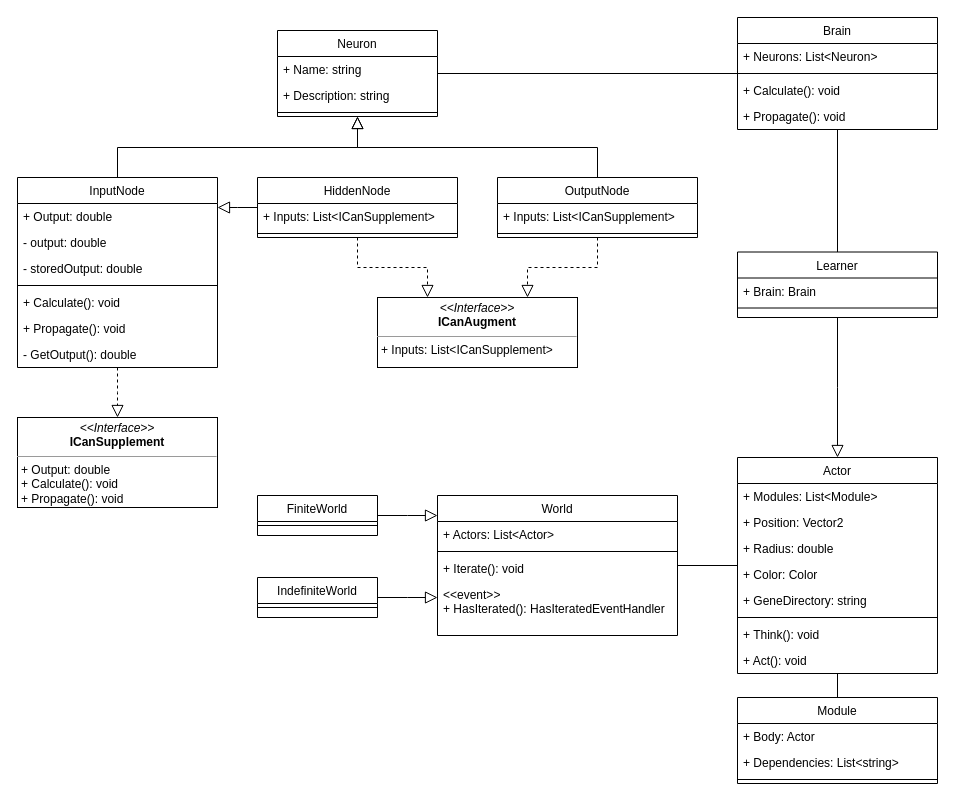
Exouxas/FosterScript.Core keeps this draw.io diagram as ClassDiagram.drawio. Above is the earlier version. Source tidied: cells renumbered, new cells numbered last; positions are measured from the earlier drawing's top-left corner, leaving out a move shared by most shapes. Both pictures are drawn from the tidied source at 100%, with x=0, y=0 at pixel (17, 17).
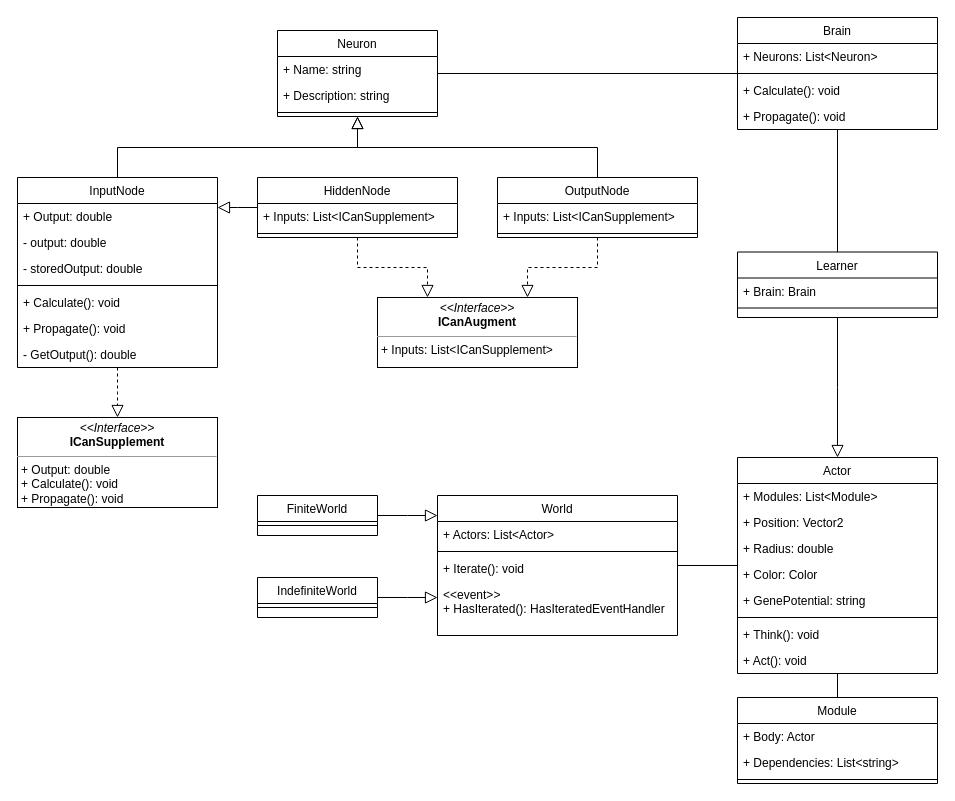
Above is the later version.

Commit message (it also covers changes not shown here):
Change from geneticDirectory to geneticPotential

Unchanged cells that the change refers to:
```xml
<mxCell id="55" value="Actor" style="swimlane;fontStyle=0;align=center;verticalAlign=top;horizontal=1;startSize=26;rounded=0;shadow=0;strokeWidth=1;" parent="1" vertex="1">
  <mxGeometry x="720" y="440" width="200" height="216" as="geometry" />
</mxCell>
```

Diff of the diagram source:
```diff
@@
-    <mxCell id="60" value="+ GeneDirectory: string" style="text;align=left;verticalAlign=top;spacingLeft=4;spacingRight=4;overflow=hidden;" parent="55" vertex="1">
+    <mxCell id="60" value="+ GenePotential: string" style="text;align=left;verticalAlign=top;spacingLeft=4;spacingRight=4;overflow=hidden;" parent="55" vertex="1">
       <mxGeometry y="130" width="200" height="26" as="geometry" />
     </mxCell>
```
